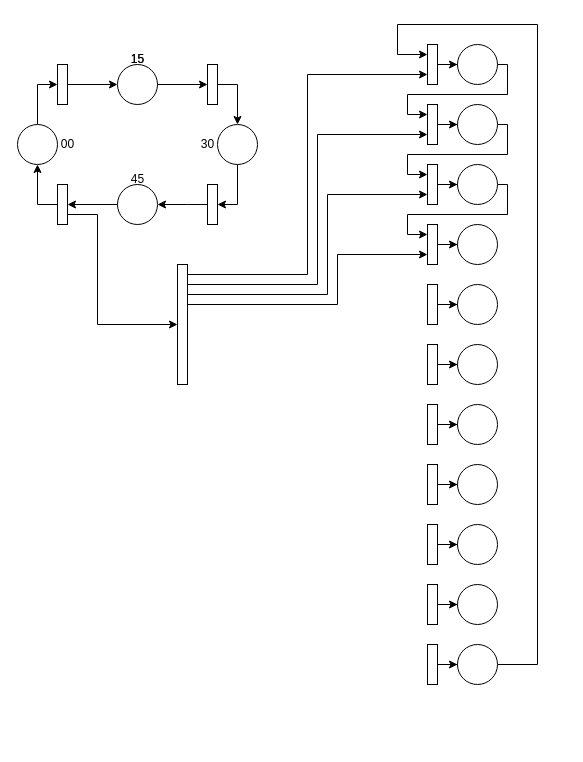
This is 14-17 Petri-Netze/Aufgabe15.1/Aufgabe15.1.drawio from R4Tobi/modellierung, a draw.io file, before an edit. Source tidied: cells renumbered, new cells numbered last; positions are measured from the earlier drawing's top-left corner, leaving out a move shared by most shapes. Both pictures are drawn from the tidied source at 100%, with x=0, y=0 at pixel (17, 24).
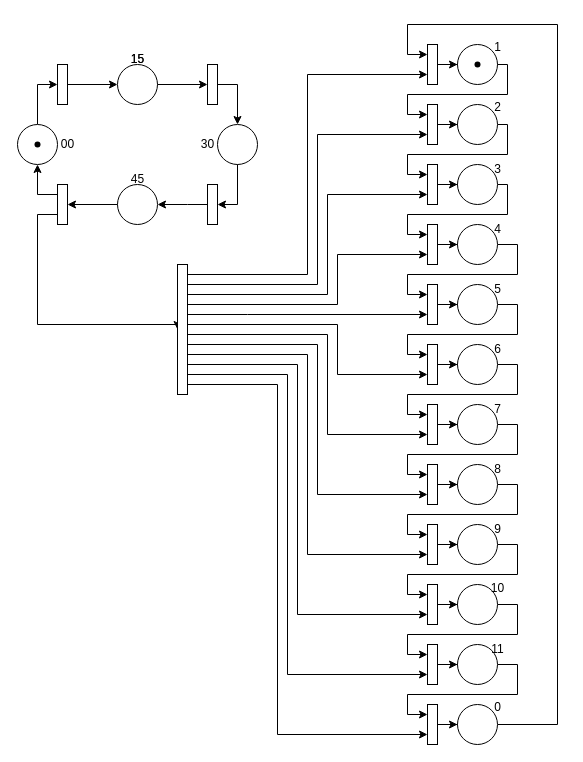
The same diagram, later.

The change refers to these unchanged cells:
```xml
<mxCell id="7" style="ellipse;whiteSpace=wrap;html=1;" parent="1" vertex="1">
  <mxGeometry y="100" width="40" height="40" as="geometry" />
</mxCell>
<mxCell id="23" style="rounded=0;whiteSpace=wrap;html=1;" parent="1" vertex="1">
  <mxGeometry x="40" y="160" width="10" height="40" as="geometry" />
</mxCell>
<mxCell id="26" style="ellipse;whiteSpace=wrap;html=1;" parent="1" vertex="1">
  <mxGeometry x="440" y="620" width="40" height="40" as="geometry" />
</mxCell>
<mxCell id="27" style="ellipse;whiteSpace=wrap;html=1;" parent="1" vertex="1">
  <mxGeometry x="440" y="560" width="40" height="40" as="geometry" />
</mxCell>
<mxCell id="28" style="ellipse;whiteSpace=wrap;html=1;" parent="1" vertex="1">
  <mxGeometry x="440" y="500" width="40" height="40" as="geometry" />
</mxCell>
<mxCell id="29" style="ellipse;whiteSpace=wrap;html=1;" parent="1" vertex="1">
  <mxGeometry x="440" y="380" width="40" height="40" as="geometry" />
</mxCell>
<mxCell id="30" style="ellipse;whiteSpace=wrap;html=1;" parent="1" vertex="1">
  <mxGeometry x="440" y="440" width="40" height="40" as="geometry" />
</mxCell>
<mxCell id="31" style="ellipse;whiteSpace=wrap;html=1;" parent="1" vertex="1">
  <mxGeometry x="440" y="320" width="40" height="40" as="geometry" />
</mxCell>
<mxCell id="32" style="ellipse;whiteSpace=wrap;html=1;" parent="1" vertex="1">
  <mxGeometry x="440" y="260" width="40" height="40" as="geometry" />
</mxCell>
<mxCell id="33" style="ellipse;whiteSpace=wrap;html=1;" parent="1" vertex="1">
  <mxGeometry x="440" y="200" width="40" height="40" as="geometry" />
</mxCell>
<mxCell id="40" style="rounded=0;whiteSpace=wrap;html=1;" parent="1" vertex="1">
  <mxGeometry x="410" y="20" width="10" height="40" as="geometry" />
</mxCell>
<mxCell id="42" style="rounded=0;whiteSpace=wrap;html=1;" parent="1" vertex="1">
  <mxGeometry x="410" y="500" width="10" height="40" as="geometry" />
</mxCell>
<mxCell id="44" style="rounded=0;whiteSpace=wrap;html=1;" parent="1" vertex="1">
  <mxGeometry x="410" y="440" width="10" height="40" as="geometry" />
</mxCell>
<mxCell id="46" style="rounded=0;whiteSpace=wrap;html=1;" parent="1" vertex="1">
  <mxGeometry x="410" y="380" width="10" height="40" as="geometry" />
</mxCell>
<mxCell id="48" style="rounded=0;whiteSpace=wrap;html=1;" parent="1" vertex="1">
  <mxGeometry x="410" y="320" width="10" height="40" as="geometry" />
</mxCell>
<mxCell id="50" style="rounded=0;whiteSpace=wrap;html=1;" parent="1" vertex="1">
  <mxGeometry x="410" y="260" width="10" height="40" as="geometry" />
</mxCell>
<mxCell id="63" style="rounded=0;whiteSpace=wrap;html=1;" parent="1" vertex="1">
  <mxGeometry x="410" y="620" width="10" height="40" as="geometry" />
</mxCell>
<mxCell id="65" style="rounded=0;whiteSpace=wrap;html=1;" parent="1" vertex="1">
  <mxGeometry x="410" y="560" width="10" height="40" as="geometry" />
</mxCell>
```

The edit, as a diff of the source:
```diff
@@
     <mxCell id="8" style="edgeStyle=orthogonalEdgeStyle;rounded=0;jettySize=auto;html=1;exitX=0;exitY=0.5;exitDx=0;exitDy=0;entryX=0.5;entryY=1;entryDx=0;entryDy=0;" parent="1" edge="1" source="23" target="7">
-      <mxGeometry relative="1" as="geometry" />
+      <mxGeometry relative="1" as="geometry">
+        <Array as="points">
+          <mxPoint x="40" y="170" />
+          <mxPoint x="20" y="170" />
+        </Array>
+      </mxGeometry>
     </mxCell>
@@
     <mxCell id="22" style="edgeStyle=orthogonalEdgeStyle;rounded=0;jettySize=auto;html=1;entryX=0;entryY=0.5;entryDx=0;entryDy=0;" parent="1" edge="1" source="23" target="61">
       <mxGeometry relative="1" as="geometry">
         <Array as="points">
-          <mxPoint x="80" y="190" />
-          <mxPoint x="80" y="300" />
+          <mxPoint x="20" y="190" />
+          <mxPoint x="20" y="300" />
         </Array>
       </mxGeometry>
     </mxCell>
@@
-    <mxCell id="25" style="edgeStyle=orthogonalEdgeStyle;rounded=0;jettySize=auto;html=1;entryX=0;entryY=0.25;entryDx=0;entryDy=0;" parent="1" edge="1" source="26" target="40">
-      <mxGeometry relative="1" as="geometry">
-        <Array as="points">
-          <mxPoint x="520" y="640" />
-          <mxPoint x="520" />
-          <mxPoint x="380" />
-          <mxPoint x="380" y="30" />
-        </Array>
-      </mxGeometry>
-    </mxCell>
+    <mxCell id="66" style="edgeStyle=orthogonalEdgeStyle;rounded=0;jettySize=auto;html=1;exitX=1;exitY=0.5;exitDx=0;exitDy=0;entryX=0;entryY=0.25;entryDx=0;entryDy=0;" parent="1" edge="1" source="26" target="98">
+      <mxGeometry relative="1" as="geometry">
+        <Array as="points">
+          <mxPoint x="500" y="640" />
+          <mxPoint x="500" y="670" />
+          <mxPoint x="390" y="670" />
+          <mxPoint x="390" y="690" />
+        </Array>
+      </mxGeometry>
+    </mxCell>
@@
+    <mxCell id="67" style="edgeStyle=orthogonalEdgeStyle;rounded=0;jettySize=auto;html=1;entryX=0;entryY=0.25;entryDx=0;entryDy=0;" parent="1" edge="1" source="27" target="63">
+      <mxGeometry relative="1" as="geometry">
+        <Array as="points">
+          <mxPoint x="500" y="580" />
+          <mxPoint x="500" y="610" />
+          <mxPoint x="390" y="610" />
+          <mxPoint x="390" y="630" />
+        </Array>
+      </mxGeometry>
+    </mxCell>
@@
+    <mxCell id="68" style="edgeStyle=orthogonalEdgeStyle;rounded=0;jettySize=auto;html=1;entryX=0;entryY=0.25;entryDx=0;entryDy=0;" parent="1" edge="1" source="28" target="65">
+      <mxGeometry relative="1" as="geometry">
+        <Array as="points">
+          <mxPoint x="500" y="520" />
+          <mxPoint x="500" y="550" />
+          <mxPoint x="390" y="550" />
+          <mxPoint x="390" y="570" />
+        </Array>
+      </mxGeometry>
+    </mxCell>
@@
+    <mxCell id="69" style="edgeStyle=orthogonalEdgeStyle;rounded=0;jettySize=auto;html=1;entryX=0;entryY=0.25;entryDx=0;entryDy=0;" parent="1" edge="1" source="29" target="44">
+      <mxGeometry relative="1" as="geometry">
+        <Array as="points">
+          <mxPoint x="500" y="400" />
+          <mxPoint x="500" y="430" />
+          <mxPoint x="390" y="430" />
+          <mxPoint x="390" y="450" />
+        </Array>
+      </mxGeometry>
+    </mxCell>
@@
+    <mxCell id="70" style="edgeStyle=orthogonalEdgeStyle;rounded=0;jettySize=auto;html=1;entryX=0;entryY=0.25;entryDx=0;entryDy=0;" parent="1" edge="1" source="30" target="42">
+      <mxGeometry relative="1" as="geometry">
+        <Array as="points">
+          <mxPoint x="500" y="460" />
+          <mxPoint x="500" y="490" />
+          <mxPoint x="390" y="490" />
+          <mxPoint x="390" y="510" />
+        </Array>
+      </mxGeometry>
+    </mxCell>
@@
+    <mxCell id="71" style="edgeStyle=orthogonalEdgeStyle;rounded=0;jettySize=auto;html=1;entryX=0;entryY=0.25;entryDx=0;entryDy=0;" parent="1" edge="1" source="31" target="46">
+      <mxGeometry relative="1" as="geometry">
+        <Array as="points">
+          <mxPoint x="500" y="340" />
+          <mxPoint x="500" y="370" />
+          <mxPoint x="390" y="370" />
+          <mxPoint x="390" y="390" />
+        </Array>
+      </mxGeometry>
+    </mxCell>
@@
+    <mxCell id="72" style="edgeStyle=orthogonalEdgeStyle;rounded=0;jettySize=auto;html=1;entryX=0;entryY=0.25;entryDx=0;entryDy=0;" parent="1" edge="1" source="32" target="48">
+      <mxGeometry relative="1" as="geometry">
+        <Array as="points">
+          <mxPoint x="500" y="280" />
+          <mxPoint x="500" y="310" />
+          <mxPoint x="390" y="310" />
+          <mxPoint x="390" y="330" />
+        </Array>
+      </mxGeometry>
+    </mxCell>
@@
+    <mxCell id="73" style="edgeStyle=orthogonalEdgeStyle;rounded=0;jettySize=auto;html=1;exitX=1;exitY=0.5;exitDx=0;exitDy=0;entryX=0;entryY=0.25;entryDx=0;entryDy=0;" parent="1" edge="1" source="33" target="50">
+      <mxGeometry relative="1" as="geometry">
+        <Array as="points">
+          <mxPoint x="500" y="220" />
+          <mxPoint x="500" y="250" />
+          <mxPoint x="390" y="250" />
+          <mxPoint x="390" y="270" />
+        </Array>
+      </mxGeometry>
+    </mxCell>
@@
+    <mxCell id="74" style="edgeStyle=orthogonalEdgeStyle;rounded=0;jettySize=auto;html=1;entryX=0;entryY=0.75;entryDx=0;entryDy=0;" parent="1" edge="1" source="61" target="50">
+      <mxGeometry relative="1" as="geometry">
+        <Array as="points">
+          <mxPoint x="230" y="290" />
+          <mxPoint x="230" y="290" />
+        </Array>
+      </mxGeometry>
+    </mxCell>
+    <mxCell id="75" style="edgeStyle=orthogonalEdgeStyle;rounded=0;jettySize=auto;html=1;entryX=0;entryY=0.75;entryDx=0;entryDy=0;" parent="1" edge="1" source="61" target="48">
+      <mxGeometry relative="1" as="geometry">
+        <Array as="points">
+          <mxPoint x="320" y="300" />
+          <mxPoint x="320" y="350" />
+        </Array>
+      </mxGeometry>
+    </mxCell>
+    <mxCell id="76" style="edgeStyle=orthogonalEdgeStyle;rounded=0;jettySize=auto;html=1;entryX=0;entryY=0.75;entryDx=0;entryDy=0;" parent="1" edge="1" source="61" target="46">
+      <mxGeometry relative="1" as="geometry">
+        <Array as="points">
+          <mxPoint x="310" y="310" />
+          <mxPoint x="310" y="410" />
+        </Array>
+      </mxGeometry>
+    </mxCell>
+    <mxCell id="77" style="edgeStyle=orthogonalEdgeStyle;rounded=0;jettySize=auto;html=1;entryX=0;entryY=0.75;entryDx=0;entryDy=0;" parent="1" edge="1" source="61" target="44">
+      <mxGeometry relative="1" as="geometry">
+        <Array as="points">
+          <mxPoint x="300" y="320" />
+          <mxPoint x="300" y="470" />
+        </Array>
+      </mxGeometry>
+    </mxCell>
+    <mxCell id="78" style="edgeStyle=orthogonalEdgeStyle;rounded=0;jettySize=auto;html=1;entryX=0;entryY=0.75;entryDx=0;entryDy=0;" parent="1" edge="1" source="61" target="42">
+      <mxGeometry relative="1" as="geometry">
+        <Array as="points">
+          <mxPoint x="290" y="330" />
+          <mxPoint x="290" y="530" />
+        </Array>
+      </mxGeometry>
+    </mxCell>
+    <mxCell id="79" style="edgeStyle=orthogonalEdgeStyle;rounded=0;jettySize=auto;html=1;entryX=0;entryY=0.75;entryDx=0;entryDy=0;" parent="1" edge="1" source="61" target="65">
+      <mxGeometry relative="1" as="geometry">
+        <Array as="points">
+          <mxPoint x="280" y="340" />
+          <mxPoint x="280" y="590" />
+        </Array>
+      </mxGeometry>
+    </mxCell>
+    <mxCell id="80" style="edgeStyle=orthogonalEdgeStyle;rounded=0;jettySize=auto;html=1;entryX=0;entryY=0.75;entryDx=0;entryDy=0;" parent="1" edge="1" source="61" target="63">
+      <mxGeometry relative="1" as="geometry">
+        <Array as="points">
+          <mxPoint x="270" y="350" />
+          <mxPoint x="270" y="650" />
+        </Array>
+      </mxGeometry>
+    </mxCell>
+    <mxCell id="81" style="edgeStyle=orthogonalEdgeStyle;rounded=0;jettySize=auto;html=1;entryX=0;entryY=0.75;entryDx=0;entryDy=0;" parent="1" edge="1" source="61" target="98">
+      <mxGeometry relative="1" as="geometry">
+        <Array as="points">
+          <mxPoint x="260" y="360" />
+          <mxPoint x="260" y="710" />
+        </Array>
+      </mxGeometry>
+    </mxCell>
     <mxCell id="61" style="rounded=0;whiteSpace=wrap;html=1;" parent="1" vertex="1">
-      <mxGeometry x="160" y="240" width="10" height="120" as="geometry" />
+      <mxGeometry x="160" y="240" width="10" height="130" as="geometry" />
     </mxCell>
@@
+    <mxCell id="82" value="1" style="text;html=1;align=center;verticalAlign=middle;strokeColor=none;fillColor=none;" parent="1" vertex="1">
+      <mxGeometry x="465" y="8" width="30" height="30" as="geometry" />
+    </mxCell>
+    <mxCell id="83" value="2" style="text;html=1;align=center;verticalAlign=middle;strokeColor=none;fillColor=none;" parent="1" vertex="1">
+      <mxGeometry x="465" y="68" width="30" height="30" as="geometry" />
+    </mxCell>
+    <mxCell id="84" value="9" style="text;html=1;align=center;verticalAlign=middle;strokeColor=none;fillColor=none;" parent="1" vertex="1">
+      <mxGeometry x="465" y="490" width="30" height="30" as="geometry" />
+    </mxCell>
+    <mxCell id="85" value="5" style="text;html=1;align=center;verticalAlign=middle;strokeColor=none;fillColor=none;" parent="1" vertex="1">
+      <mxGeometry x="465" y="250" width="30" height="30" as="geometry" />
+    </mxCell>
+    <mxCell id="86" value="8" style="text;html=1;align=center;verticalAlign=middle;strokeColor=none;fillColor=none;" parent="1" vertex="1">
+      <mxGeometry x="465" y="430" width="30" height="30" as="geometry" />
+    </mxCell>
+    <mxCell id="87" value="7" style="text;html=1;align=center;verticalAlign=middle;strokeColor=none;fillColor=none;" parent="1" vertex="1">
+      <mxGeometry x="465" y="370" width="30" height="30" as="geometry" />
+    </mxCell>
+    <mxCell id="88" value="6" style="text;html=1;align=center;verticalAlign=middle;strokeColor=none;fillColor=none;" parent="1" vertex="1">
+      <mxGeometry x="465" y="310" width="30" height="30" as="geometry" />
+    </mxCell>
+    <mxCell id="89" value="4" style="text;html=1;align=center;verticalAlign=middle;strokeColor=none;fillColor=none;" parent="1" vertex="1">
+      <mxGeometry x="465" y="190" width="30" height="30" as="geometry" />
+    </mxCell>
+    <mxCell id="90" value="3" style="text;html=1;align=center;verticalAlign=middle;strokeColor=none;fillColor=none;" parent="1" vertex="1">
+      <mxGeometry x="465" y="130" width="30" height="30" as="geometry" />
+    </mxCell>
+    <mxCell id="91" value="11" style="text;html=1;align=center;verticalAlign=middle;strokeColor=none;fillColor=none;" parent="1" vertex="1">
+      <mxGeometry x="460" y="610" width="40" height="30" as="geometry" />
+    </mxCell>
+    <mxCell id="92" value="10" style="text;html=1;align=center;verticalAlign=middle;strokeColor=none;fillColor=none;" parent="1" vertex="1">
+      <mxGeometry x="460" y="549" width="40" height="30" as="geometry" />
+    </mxCell>
+    <mxCell id="93" style="shape=waypoint;sketch=0;fillStyle=solid;size=6;fillColor=none;perimeter=centerPerimeter;" parent="1" vertex="1">
+      <mxGeometry x="10" y="110" width="20" height="20" as="geometry" />
+    </mxCell>
+    <mxCell id="94" style="shape=waypoint;sketch=0;fillStyle=solid;size=6;fillColor=none;perimeter=centerPerimeter;" parent="1" vertex="1">
+      <mxGeometry x="450" y="30" width="20" height="20" as="geometry" />
+    </mxCell>
+    <mxCell id="95" style="edgeStyle=orthogonalEdgeStyle;rounded=0;jettySize=auto;html=1;entryX=0;entryY=0.25;entryDx=0;entryDy=0;" parent="1" edge="1" source="96" target="40">
+      <mxGeometry relative="1" as="geometry">
+        <Array as="points">
+          <mxPoint x="540" y="700" />
+          <mxPoint x="540" />
+          <mxPoint x="390" />
+          <mxPoint x="390" y="30" />
+        </Array>
+      </mxGeometry>
+    </mxCell>
+    <mxCell id="96" style="ellipse;whiteSpace=wrap;html=1;" parent="1" vertex="1">
+      <mxGeometry x="440" y="680" width="40" height="40" as="geometry" />
+    </mxCell>
+    <mxCell id="97" style="edgeStyle=orthogonalEdgeStyle;rounded=0;jettySize=auto;html=1;entryX=0;entryY=0.5;entryDx=0;entryDy=0;" parent="1" edge="1" source="98" target="96">
+      <mxGeometry relative="1" as="geometry" />
+    </mxCell>
+    <mxCell id="98" style="rounded=0;whiteSpace=wrap;html=1;" parent="1" vertex="1">
+      <mxGeometry x="410" y="680" width="10" height="40" as="geometry" />
+    </mxCell>
+    <mxCell id="99" value="0" style="text;html=1;align=center;verticalAlign=middle;strokeColor=none;fillColor=none;" parent="1" vertex="1">
+      <mxGeometry x="465" y="668" width="30" height="30" as="geometry" />
+    </mxCell>
```
